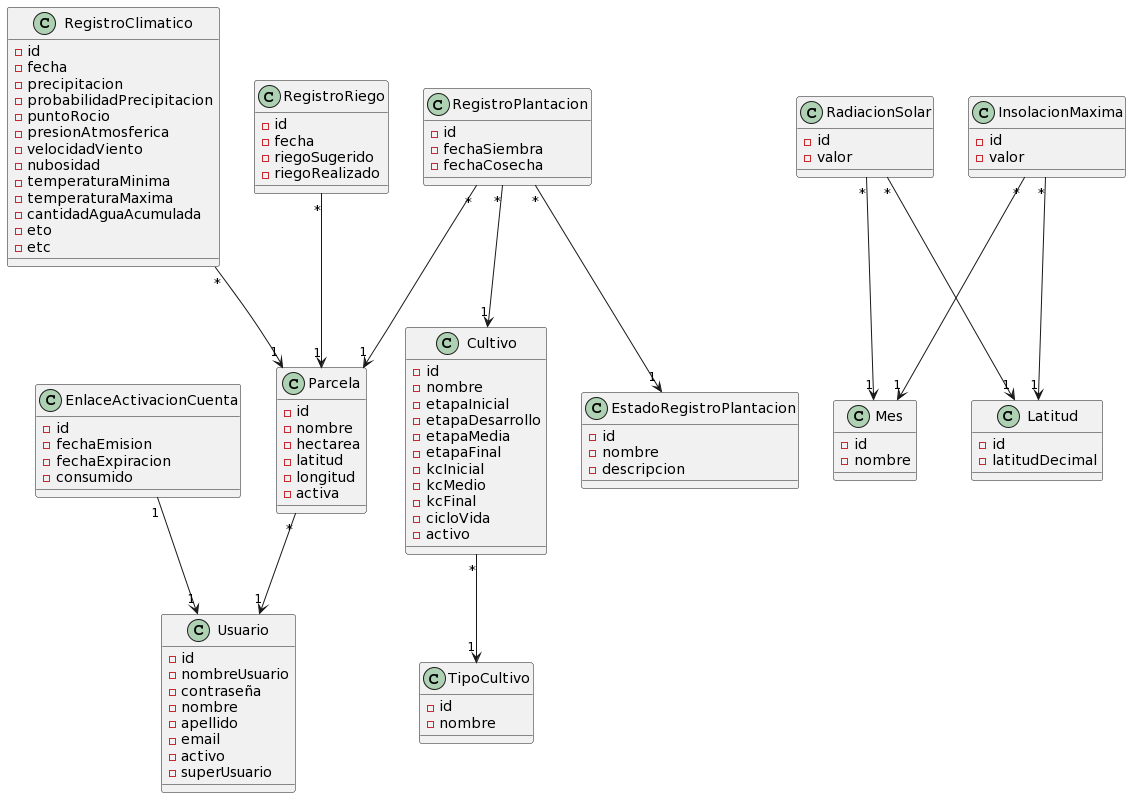
Above: domain model/MDominio: Sistema de riego.png in facundopaez-dev/sistema-web-riego (PlantUML), before the change.
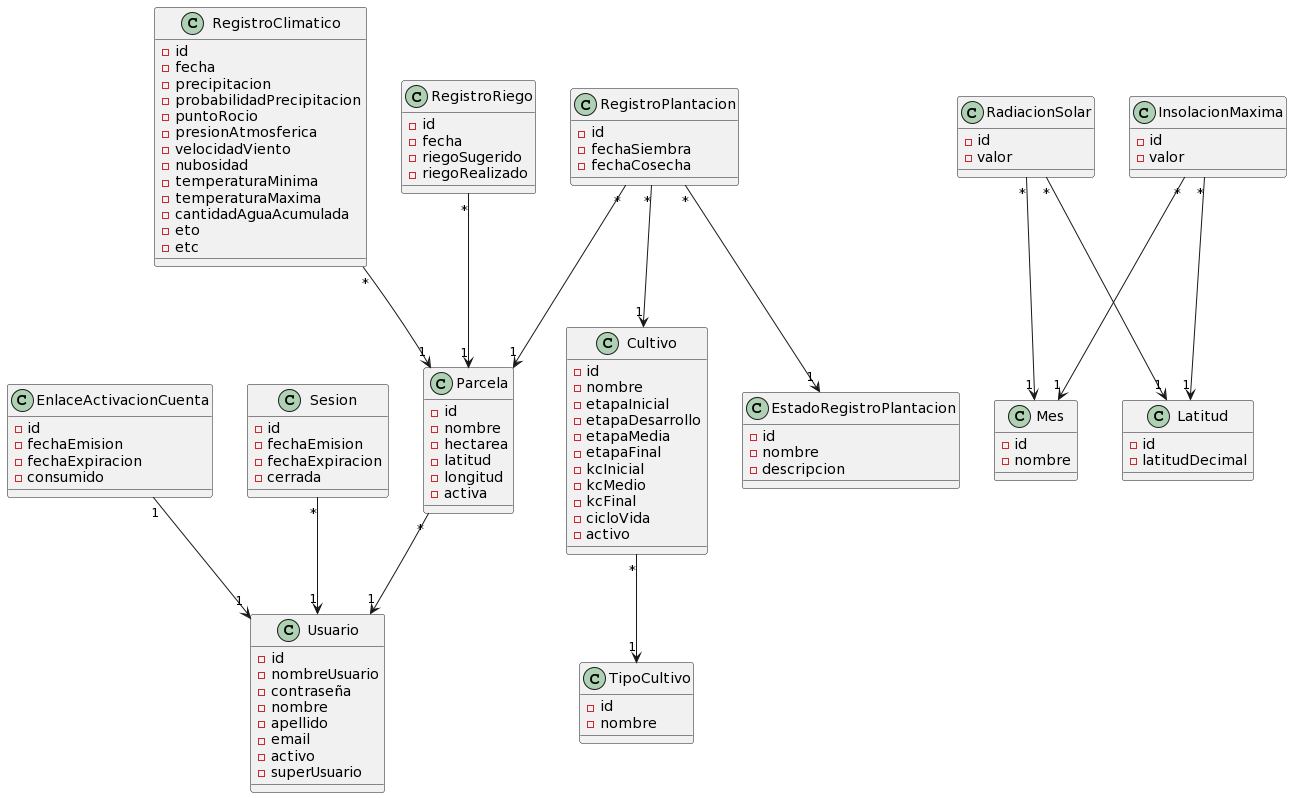
The same file after the commit.

Commit message:
Modelo de datos Sesion agregado al modelo de dominio

What changed in the source:
```diff
@@ -11,6 +11,7 @@
 InsolacionMaxima "*"-->"1" Latitud
 Cultivo "*"-->"1" TipoCultivo
 EnlaceActivacionCuenta "1" --> "1" Usuario
+Sesion "*" --> "1" Usuario
 
 class Parcela {
 -id
@@ -112,4 +113,11 @@
 -fechaExpiracion
 -consumido
 }
+
+class Sesion {
+-id
+-fechaEmision
+-fechaExpiracion
+-cerrada
+}
 @enduml
```
